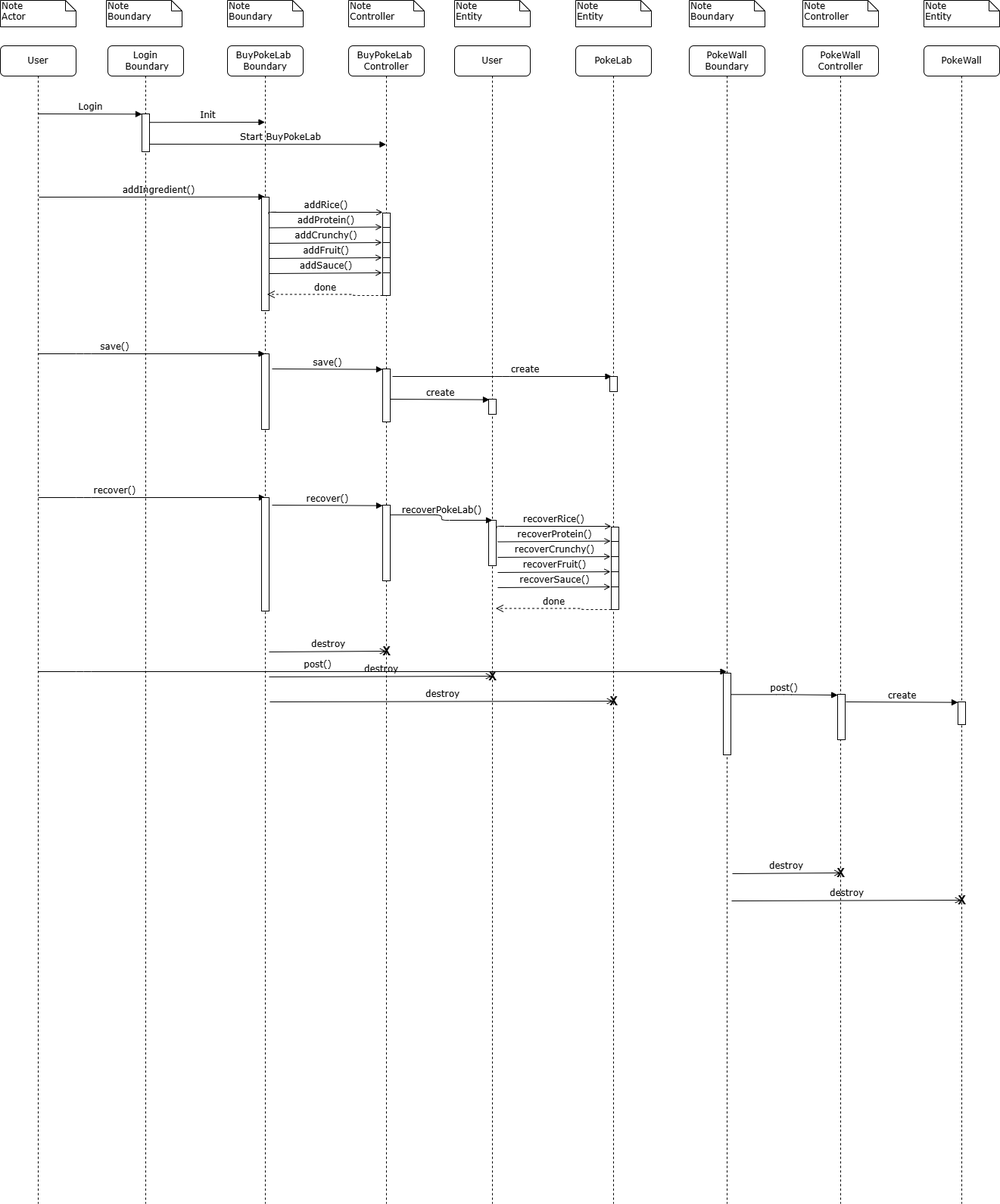
The draw.io diagram diagrams/SequenceDiagram.drawio.png in matteopinfildi/YourPoke-ISPWProject, before a commit. Source tidied: cells renumbered, new cells last; positions are measured from the earlier drawing's top-left corner, leaving out a move shared by most shapes.
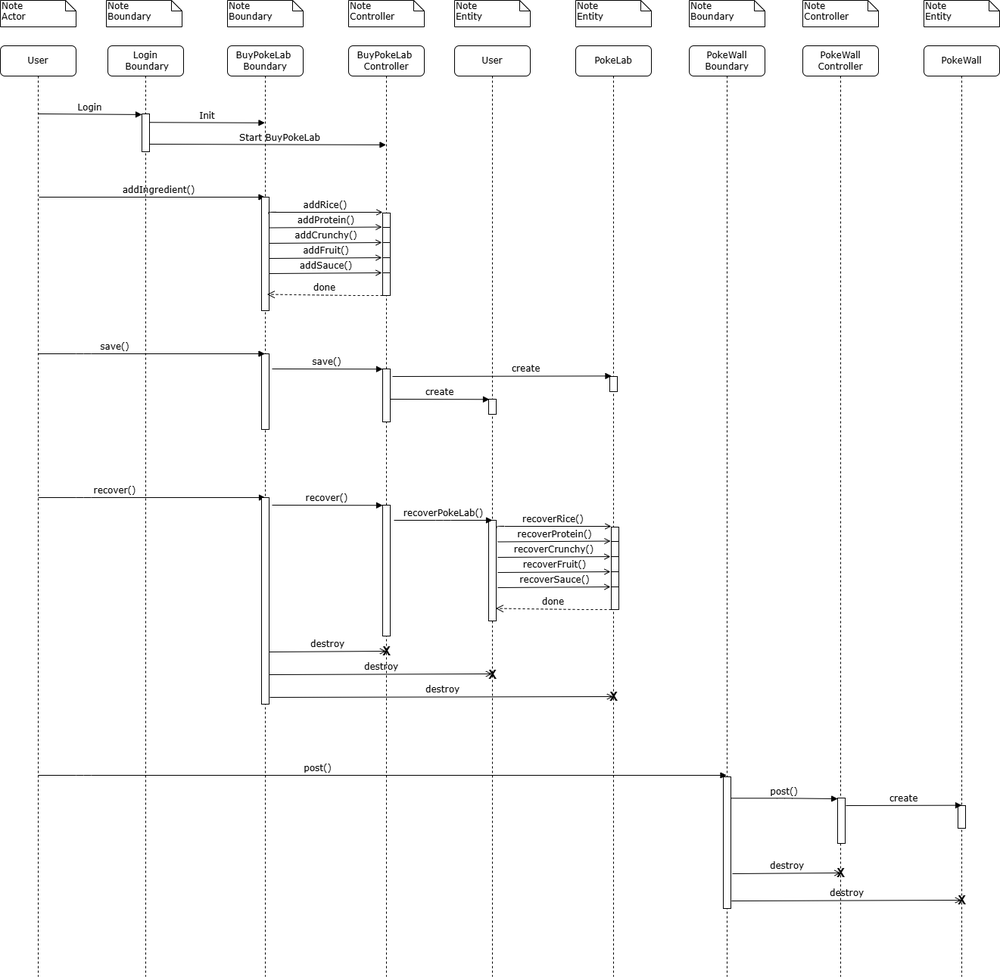
After the commit.

Change to the diagram source:
```diff
@@ -20,3 +20,3 @@
     <mxCell id="7" value="User" style="shape=umlLifeline;perimeter=lifelinePerimeter;whiteSpace=wrap;html=1;rounded=1;shadow=0;comic=0;labelBackgroundColor=none;strokeWidth=1;fontFamily=Verdana;fontSize=12;align=center;" parent="1" vertex="1">
-      <mxGeometry y="60" width="100" height="1530" as="geometry" />
+      <mxGeometry y="60" width="100" height="1230" as="geometry" />
     </mxCell>
@@ -28,3 +28,3 @@
     <mxCell id="9" value="Login&lt;div&gt;&amp;nbsp;Boundary&lt;/div&gt;" style="shape=umlLifeline;perimeter=lifelinePerimeter;whiteSpace=wrap;html=1;rounded=1;shadow=0;comic=0;labelBackgroundColor=none;strokeWidth=1;fontFamily=Verdana;fontSize=12;align=center;" parent="1" vertex="1">
-      <mxGeometry x="142" y="60" width="100" height="1530" as="geometry" />
+      <mxGeometry x="142" y="60" width="100" height="1230" as="geometry" />
     </mxCell>
@@ -50,6 +50,6 @@
       <mxGeometry x="-0.19" relative="1" as="geometry">
-        <mxPoint x="-92" y="827" as="sourcePoint" />
-        <mxPoint x="817.5" y="827" as="targetPoint" />
+        <mxPoint x="-92" y="964" as="sourcePoint" />
+        <mxPoint x="817.5" y="964" as="targetPoint" />
         <Array as="points">
-          <mxPoint x="-32" y="827" />
+          <mxPoint x="-32" y="964" />
         </Array>
@@ -58,3 +58,3 @@
     <mxCell id="14" value="BuyPokeLab&amp;nbsp;&lt;div&gt;Boundary&lt;/div&gt;" style="shape=umlLifeline;perimeter=lifelinePerimeter;whiteSpace=wrap;html=1;outlineConnect=0;rounded=1;shadow=0;comic=0;labelBackgroundColor=none;strokeWidth=1;fontFamily=Verdana;fontSize=12;align=center;" parent="1" vertex="1">
-      <mxGeometry x="300" y="60" width="100" height="1530" as="geometry" />
+      <mxGeometry x="300" y="60" width="100" height="1230" as="geometry" />
     </mxCell>
@@ -67,3 +67,3 @@
     <mxCell id="17" style="html=1;perimeter=orthogonalPerimeter;rounded=0;shadow=0;comic=0;labelBackgroundColor=none;strokeWidth=1;fontFamily=Verdana;fontSize=12;align=center;" parent="14" vertex="1">
-      <mxGeometry x="45" y="597" width="10" height="150" as="geometry" />
+      <mxGeometry x="45" y="597" width="10" height="273" as="geometry" />
     </mxCell>
@@ -90,3 +90,3 @@
     <mxCell id="21" value="BuyPokeLab&amp;nbsp;&lt;div&gt;Controller&lt;/div&gt;" style="shape=umlLifeline;perimeter=lifelinePerimeter;whiteSpace=wrap;html=1;outlineConnect=0;rounded=1;shadow=0;comic=0;labelBackgroundColor=none;strokeWidth=1;fontFamily=Verdana;fontSize=12;align=center;" parent="1" vertex="1">
-      <mxGeometry x="460" y="60" width="100" height="1530" as="geometry" />
+      <mxGeometry x="460" y="60" width="100" height="1230" as="geometry" />
     </mxCell>
@@ -119,3 +119,3 @@
     <mxCell id="27" style="html=1;points=[];perimeter=orthogonalPerimeter;rounded=0;shadow=0;comic=0;labelBackgroundColor=none;strokeWidth=1;fontFamily=Verdana;fontSize=12;align=center;" parent="21" vertex="1">
-      <mxGeometry x="45" y="607" width="10" height="100" as="geometry" />
+      <mxGeometry x="45" y="607" width="10" height="173" as="geometry" />
     </mxCell>
@@ -135,6 +135,6 @@
       <mxGeometry x="0.01" relative="1" as="geometry">
-        <mxPoint x="-105" y="834" as="sourcePoint" />
-        <mxPoint x="189.5" y="833" as="targetPoint" />
+        <mxPoint x="-105" y="831" as="sourcePoint" />
+        <mxPoint x="189.5" y="830" as="targetPoint" />
         <Array as="points">
-          <mxPoint x="-115" y="833" />
+          <mxPoint x="-115" y="830" />
         </Array>
@@ -144,6 +144,6 @@
       <mxGeometry x="0.01" relative="1" as="geometry">
-        <mxPoint x="-104" y="867" as="sourcePoint" />
-        <mxPoint x="349.5" y="866" as="targetPoint" />
+        <mxPoint x="-104" y="861" as="sourcePoint" />
+        <mxPoint x="349.5" y="860" as="targetPoint" />
         <Array as="points">
-          <mxPoint x="-114" y="866" />
+          <mxPoint x="-114" y="860" />
         </Array>
@@ -160,3 +160,3 @@
     <mxCell id="36" value="User" style="shape=umlLifeline;perimeter=lifelinePerimeter;whiteSpace=wrap;html=1;rounded=1;shadow=0;comic=0;labelBackgroundColor=none;strokeWidth=1;fontFamily=Verdana;fontSize=12;align=center;" parent="1" vertex="1">
-      <mxGeometry x="600" y="60" width="100" height="1530" as="geometry" />
+      <mxGeometry x="600" y="60" width="100" height="1230" as="geometry" />
     </mxCell>
@@ -172,4 +172,7 @@
     <mxCell id="39" style="html=1;points=[];perimeter=orthogonalPerimeter;rounded=0;shadow=0;comic=0;labelBackgroundColor=none;strokeWidth=1;fontFamily=Verdana;fontSize=12;align=center;" parent="36" vertex="1">
-      <mxGeometry x="45" y="627" width="10" height="60" as="geometry" />
+      <mxGeometry x="45" y="627" width="10" height="133" as="geometry" />
     </mxCell>
+    <mxCell id="73" value="&lt;b&gt;&lt;font style=&quot;font-size: 16px;&quot;&gt;X&lt;/font&gt;&lt;/b&gt;" style="text;html=1;align=center;verticalAlign=middle;strokeColor=none;fillColor=none;" parent="36" vertex="1">
+      <mxGeometry x="35" y="816" width="30" height="30" as="geometry" />
+    </mxCell>
     <mxCell id="40" value="Note&lt;div&gt;Entity&lt;/div&gt;" style="shape=note;whiteSpace=wrap;html=1;size=14;verticalAlign=top;align=left;spacingTop=-6;rounded=0;shadow=0;comic=0;labelBackgroundColor=none;strokeWidth=1;fontFamily=Verdana;fontSize=12;" parent="1" vertex="1">
@@ -178,3 +181,3 @@
     <mxCell id="41" value="PokeLab" style="shape=umlLifeline;perimeter=lifelinePerimeter;whiteSpace=wrap;html=1;rounded=1;shadow=0;comic=0;labelBackgroundColor=none;strokeWidth=1;fontFamily=Verdana;fontSize=12;align=center;" parent="1" vertex="1">
-      <mxGeometry x="760" y="60" width="100" height="1530" as="geometry" />
+      <mxGeometry x="760" y="60" width="100" height="1230" as="geometry" />
     </mxCell>
@@ -199,4 +202,6 @@
     </mxCell>
-    <mxCell id="45" value="recoverPokeLab()" style="html=1;verticalAlign=bottom;endArrow=block;labelBackgroundColor=none;fontFamily=Verdana;fontSize=12;edgeStyle=elbowEdgeStyle;elbow=horizontal;exitX=1.043;exitY=0.128;exitDx=0;exitDy=0;exitPerimeter=0;entryX=0.5;entryY=0;entryDx=0;entryDy=0;entryPerimeter=0;" parent="1" edge="1" source="27" target="39">
-      <mxGeometry relative="1" as="geometry" />
+    <mxCell id="45" value="recoverPokeLab()" style="html=1;verticalAlign=bottom;endArrow=block;labelBackgroundColor=none;fontFamily=Verdana;fontSize=12;edgeStyle=elbowEdgeStyle;elbow=horizontal;entryX=0.5;entryY=0;entryDx=0;entryDy=0;entryPerimeter=0;" parent="1" edge="1" target="39">
+      <mxGeometry relative="1" as="geometry">
+        <mxPoint x="520" y="687" as="sourcePoint" />
+      </mxGeometry>
     </mxCell>
@@ -206,6 +211,6 @@
     <mxCell id="47" value="PokeWall&lt;div&gt;Boundary&lt;/div&gt;" style="shape=umlLifeline;perimeter=lifelinePerimeter;whiteSpace=wrap;html=1;rounded=1;shadow=0;comic=0;labelBackgroundColor=none;strokeWidth=1;fontFamily=Verdana;fontSize=12;align=center;" parent="1" vertex="1">
-      <mxGeometry x="910" y="60" width="100" height="1530" as="geometry" />
+      <mxGeometry x="910" y="60" width="100" height="1230" as="geometry" />
     </mxCell>
     <mxCell id="48" style="html=1;perimeter=orthogonalPerimeter;rounded=0;shadow=0;comic=0;labelBackgroundColor=none;strokeWidth=1;fontFamily=Verdana;fontSize=12;align=center;" parent="47" vertex="1">
-      <mxGeometry x="45" y="829" width="10" height="108" as="geometry" />
+      <mxGeometry x="45" y="966" width="10" height="174" as="geometry" />
     </mxCell>
@@ -213,3 +218,3 @@
       <mxGeometry relative="1" as="geometry">
-        <mxPoint x="55" y="857.3" as="sourcePoint" />
+        <mxPoint x="55" y="994.3" as="sourcePoint" />
       </mxGeometry>
@@ -220,6 +225,6 @@
     <mxCell id="51" value="PokeWall&lt;div&gt;Controller&lt;/div&gt;" style="shape=umlLifeline;perimeter=lifelinePerimeter;whiteSpace=wrap;html=1;rounded=1;shadow=0;comic=0;labelBackgroundColor=none;strokeWidth=1;fontFamily=Verdana;fontSize=12;align=center;" parent="1" vertex="1">
-      <mxGeometry x="1060" y="60" width="100" height="1530" as="geometry" />
+      <mxGeometry x="1060" y="60" width="100" height="1230" as="geometry" />
     </mxCell>
     <mxCell id="52" style="html=1;points=[];perimeter=orthogonalPerimeter;rounded=0;shadow=0;comic=0;labelBackgroundColor=none;strokeWidth=1;fontFamily=Verdana;fontSize=12;align=center;" parent="51" vertex="1">
-      <mxGeometry x="46" y="857" width="10" height="60" as="geometry" />
+      <mxGeometry x="46" y="994" width="10" height="60" as="geometry" />
     </mxCell>
@@ -232,6 +237,6 @@
     <mxCell id="55" value="PokeWall" style="shape=umlLifeline;perimeter=lifelinePerimeter;whiteSpace=wrap;html=1;rounded=1;shadow=0;comic=0;labelBackgroundColor=none;strokeWidth=1;fontFamily=Verdana;fontSize=12;align=center;" parent="1" vertex="1">
-      <mxGeometry x="1220" y="60" width="100" height="1530" as="geometry" />
+      <mxGeometry x="1220" y="60" width="100" height="1230" as="geometry" />
     </mxCell>
     <mxCell id="56" style="html=1;points=[];perimeter=orthogonalPerimeter;rounded=0;shadow=0;comic=0;labelBackgroundColor=none;strokeWidth=1;fontFamily=Verdana;fontSize=12;align=center;" parent="55" vertex="1">
-      <mxGeometry x="45" y="867" width="10" height="30" as="geometry" />
+      <mxGeometry x="45" y="1004" width="10" height="30" as="geometry" />
     </mxCell>
@@ -239,3 +244,3 @@
       <mxGeometry relative="1" as="geometry">
-        <mxPoint x="1117" y="927" as="sourcePoint" />
+        <mxPoint x="1117" y="1064" as="sourcePoint" />
       </mxGeometry>
@@ -349,7 +354,4 @@
     </mxCell>
-    <mxCell id="73" value="&lt;b&gt;&lt;font style=&quot;font-size: 16px;&quot;&gt;X&lt;/font&gt;&lt;/b&gt;" style="text;html=1;align=center;verticalAlign=middle;strokeColor=none;fillColor=none;" parent="1" vertex="1">
-      <mxGeometry x="635" y="878" width="30" height="30" as="geometry" />
-    </mxCell>
     <mxCell id="74" value="&lt;b&gt;&lt;font style=&quot;font-size: 16px;&quot;&gt;X&lt;/font&gt;&lt;/b&gt;" style="text;html=1;align=center;verticalAlign=middle;strokeColor=none;fillColor=none;" parent="1" vertex="1">
-      <mxGeometry x="795" y="911" width="30" height="30" as="geometry" />
+      <mxGeometry x="795" y="905" width="30" height="30" as="geometry" />
     </mxCell>
```
